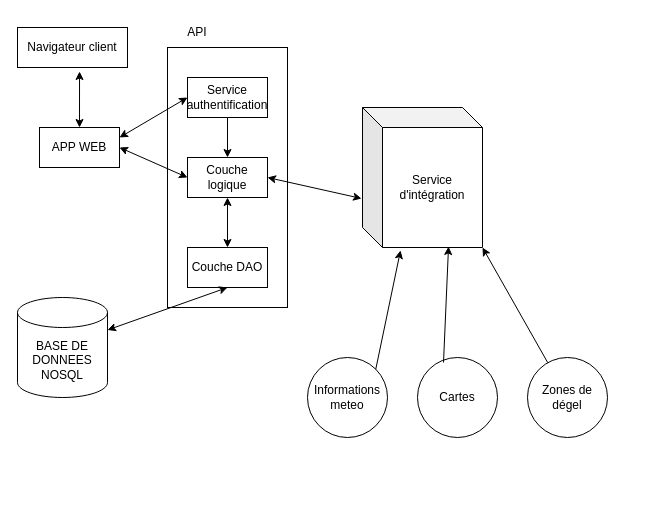
Earlier version of the draw.io diagram docs/Architecture-Projet-C56-C57.drawio (Anas-alt-del/Info-Sinistre-Auto). Source tidied: cells renumbered, new cells numbered last; positions are measured from the earlier drawing's top-left corner, leaving out a move shared by most shapes. Both pictures are drawn from the tidied source at 100%, with x=0, y=0 at pixel (17, 17).
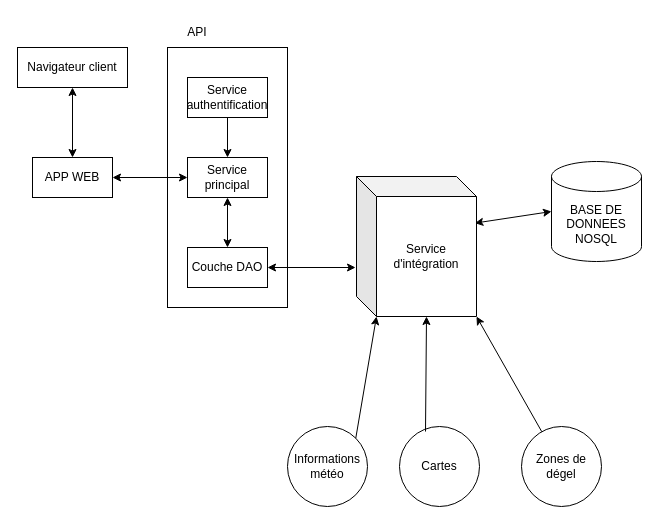
The same diagram, later.

Unchanged cells that the change refers to:
```xml
<mxCell id="7" value="Couche DAO" style="rounded=0;whiteSpace=wrap;html=1;" parent="1" vertex="1">
  <mxGeometry x="170" y="230" width="80" height="40" as="geometry" />
</mxCell>
<mxCell id="21" value="Service authentification" style="rounded=0;whiteSpace=wrap;html=1;" parent="1" vertex="1">
  <mxGeometry x="170" y="60" width="80" height="40" as="geometry" />
</mxCell>
```

The edit, as a diff of the source:
```diff
@@
     <mxCell id="2" value="Navigateur client" style="rounded=0;whiteSpace=wrap;html=1;" parent="1" vertex="1">
-      <mxGeometry y="10" width="110" height="40" as="geometry" />
+      <mxGeometry y="30" width="110" height="40" as="geometry" />
     </mxCell>
@@
     <mxCell id="5" value="APP WEB" style="rounded=0;whiteSpace=wrap;html=1;" parent="1" vertex="1">
-      <mxGeometry x="22" y="110" width="80" height="40" as="geometry" />
+      <mxGeometry x="15" y="140" width="80" height="40" as="geometry" />
     </mxCell>
-    <mxCell id="6" value="Couche logique" style="rounded=0;whiteSpace=wrap;html=1;" parent="1" vertex="1">
+    <mxCell id="6" value="Service principal" style="rounded=0;whiteSpace=wrap;html=1;" parent="1" vertex="1">
       <mxGeometry x="170" y="140" width="80" height="40" as="geometry" />
     </mxCell>
@@
     <mxCell id="8" value="BASE DE DONNEES NOSQL" style="shape=cylinder3;whiteSpace=wrap;html=1;boundedLbl=1;backgroundOutline=1;size=15;" parent="1" vertex="1">
-      <mxGeometry y="280" width="90" height="100" as="geometry" />
+      <mxGeometry x="534" y="144" width="90" height="100" as="geometry" />
     </mxCell>
-    <mxCell id="9" style="endArrow=classic;html=1;rounded=0;entryX=1;entryY=0;entryDx=0;entryDy=32.5;entryPerimeter=0;exitX=0.5;exitY=1;exitDx=0;exitDy=0;startArrow=classic;startFill=1;" parent="1" edge="1" source="7" target="8">
+    <mxCell id="9" style="endArrow=classic;html=1;rounded=0;entryX=0;entryY=0.5;entryDx=0;entryDy=0;entryPerimeter=0;exitX=0.986;exitY=0.333;exitDx=0;exitDy=0;startArrow=classic;startFill=1;exitPerimeter=0;" parent="1" edge="1" source="15" target="8">
       <mxGeometry relative="1" as="geometry" />
     </mxCell>
-    <mxCell id="10" value="Informations meteo" style="ellipse;whiteSpace=wrap;html=1;" parent="1" vertex="1">
-      <mxGeometry x="290" y="340" width="80" height="80" as="geometry" />
+    <mxCell id="10" value="Informations météo" style="ellipse;whiteSpace=wrap;html=1;" parent="1" vertex="1">
+      <mxGeometry x="270" y="409" width="80" height="80" as="geometry" />
     </mxCell>
     <mxCell id="11" value="&lt;div&gt;Cartes&lt;/div&gt;" style="ellipse;whiteSpace=wrap;html=1;" parent="1" vertex="1">
-      <mxGeometry x="400" y="340" width="80" height="80" as="geometry" />
+      <mxGeometry x="382" y="409" width="80" height="80" as="geometry" />
     </mxCell>
@@
-    <mxCell id="13" style="endArrow=classic;html=1;rounded=0;entryX=0.5;entryY=0;entryDx=0;entryDy=0;exitX=0.564;exitY=1.1;exitDx=0;exitDy=0;startArrow=classic;startFill=1;exitPerimeter=0;" parent="1" edge="1" source="2" target="5">
+    <mxCell id="13" style="endArrow=classic;html=1;rounded=0;entryX=0.5;entryY=0;entryDx=0;entryDy=0;startArrow=classic;startFill=1;exitX=0.5;exitY=1;exitDx=0;exitDy=0;" parent="1" edge="1" source="2" target="5">
       <mxGeometry relative="1" as="geometry" />
     </mxCell>
@@
     <mxCell id="15" value="Service d'intégration" style="shape=cube;whiteSpace=wrap;html=1;boundedLbl=1;backgroundOutline=1;darkOpacity=0.05;darkOpacity2=0.1;" parent="1" vertex="1">
-      <mxGeometry x="345" y="90" width="120" height="140" as="geometry" />
+      <mxGeometry x="339" y="159" width="120" height="140" as="geometry" />
     </mxCell>
-    <mxCell id="16" style="endArrow=classic;html=1;rounded=0;entryX=1;entryY=0.5;entryDx=0;entryDy=0;exitX=-0.008;exitY=0.65;exitDx=0;exitDy=0;startArrow=classic;startFill=1;exitPerimeter=0;" parent="1" edge="1" source="15" target="6">
+    <mxCell id="16" style="endArrow=classic;html=1;rounded=0;entryX=1;entryY=0.5;entryDx=0;entryDy=0;exitX=-0.008;exitY=0.65;exitDx=0;exitDy=0;startArrow=classic;startFill=1;exitPerimeter=0;" parent="1" edge="1" source="15" target="7">
       <mxGeometry relative="1" as="geometry" />
     </mxCell>
-    <mxCell id="17" style="endArrow=classic;html=1;rounded=0;entryX=0.317;entryY=1.021;entryDx=0;entryDy=0;exitX=1;exitY=0;exitDx=0;exitDy=0;startArrow=none;startFill=0;entryPerimeter=0;" parent="1" edge="1" source="10" target="15">
+    <mxCell id="17" style="endArrow=classic;html=1;rounded=0;entryX=0;entryY=0;entryDx=20;entryDy=140;exitX=1;exitY=0;exitDx=0;exitDy=0;startArrow=none;startFill=0;entryPerimeter=0;" parent="1" edge="1" source="10" target="15">
       <mxGeometry relative="1" as="geometry" />
     </mxCell>
-    <mxCell id="18" style="endArrow=classic;html=1;rounded=0;entryX=0.717;entryY=0.993;entryDx=0;entryDy=0;exitX=0.325;exitY=0.063;exitDx=0;exitDy=0;startArrow=none;startFill=0;entryPerimeter=0;exitPerimeter=0;" parent="1" edge="1" source="11" target="15">
+    <mxCell id="18" style="endArrow=classic;html=1;rounded=0;entryX=0;entryY=0;entryDx=70;entryDy=140;exitX=0.325;exitY=0.063;exitDx=0;exitDy=0;startArrow=none;startFill=0;entryPerimeter=0;exitPerimeter=0;" parent="1" edge="1" source="11" target="15">
       <mxGeometry relative="1" as="geometry" />
     </mxCell>
     <mxCell id="19" value="Zones de dégel" style="ellipse;whiteSpace=wrap;html=1;" parent="1" vertex="1">
-      <mxGeometry x="510" y="340" width="80" height="80" as="geometry" />
+      <mxGeometry x="504" y="409" width="80" height="80" as="geometry" />
     </mxCell>
@@
-    <mxCell id="23" style="endArrow=classic;html=1;rounded=0;entryX=1;entryY=0.25;entryDx=0;entryDy=0;exitX=0;exitY=0.5;exitDx=0;exitDy=0;startArrow=classic;startFill=1;" parent="1" edge="1" source="21" target="5">
-      <mxGeometry relative="1" as="geometry" />
-    </mxCell>
```
